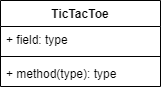
This is TicTacToeGame/TicTacToe.png from GageKolojaco/CSCI2302-Gage-Kolojaco-HW, a draw.io export, as it was before one commit. Source tidied: cells renumbered, new cells last; positions are measured from the earlier drawing's top-left corner, leaving out a move shared by most shapes. Source of this version:
```xml
<mxGraphModel>
  <root>
    <mxCell id="0" />
    <mxCell id="1" parent="0" />
    <mxCell id="2" value="TicTacToe" style="swimlane;fontStyle=1;align=center;verticalAlign=top;horizontal=1;startSize=26;" parent="1" vertex="1">
      <mxGeometry width="160" height="86" as="geometry" />
    </mxCell>
    <mxCell id="3" value="+ field: type" style="text;strokeColor=none;fillColor=none;align=left;verticalAlign=top;spacingLeft=4;spacingRight=4;overflow=hidden;" parent="2" vertex="1">
      <mxGeometry y="26" width="160" height="26" as="geometry" />
    </mxCell>
    <mxCell id="4" style="line;strokeWidth=1;fillColor=none;align=left;verticalAlign=middle;spacingTop=-1;spacingLeft=3;spacingRight=3;labelPosition=right;strokeColor=inherit;" parent="2" vertex="1">
      <mxGeometry y="52" width="160" height="8" as="geometry" />
    </mxCell>
    <mxCell id="5" value="+ method(type): type" style="text;strokeColor=none;fillColor=none;align=left;verticalAlign=top;spacingLeft=4;spacingRight=4;overflow=hidden;" parent="2" vertex="1">
      <mxGeometry y="60" width="160" height="26" as="geometry" />
    </mxCell>
  </root>
</mxGraphModel>
```
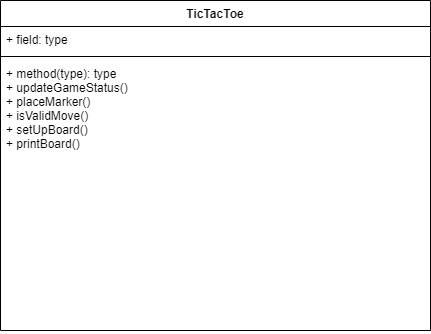
After the commit.

The edit, as a diff of the source:
```diff
@@ -3,16 +3,16 @@
     <mxCell id="0" />
     <mxCell id="1" parent="0" />
     <mxCell id="2" value="TicTacToe" style="swimlane;fontStyle=1;align=center;verticalAlign=top;horizontal=1;startSize=26;" parent="1" vertex="1">
-      <mxGeometry width="160" height="86" as="geometry" />
+      <mxGeometry width="430" height="330" as="geometry" />
     </mxCell>
     <mxCell id="3" value="+ field: type" style="text;strokeColor=none;fillColor=none;align=left;verticalAlign=top;spacingLeft=4;spacingRight=4;overflow=hidden;" parent="2" vertex="1">
-      <mxGeometry y="26" width="160" height="26" as="geometry" />
+      <mxGeometry y="26" width="430" height="26" as="geometry" />
     </mxCell>
     <mxCell id="4" style="line;strokeWidth=1;fillColor=none;align=left;verticalAlign=middle;spacingTop=-1;spacingLeft=3;spacingRight=3;labelPosition=right;strokeColor=inherit;" parent="2" vertex="1">
-      <mxGeometry y="52" width="160" height="8" as="geometry" />
+      <mxGeometry y="52" width="430" height="8" as="geometry" />
     </mxCell>
-    <mxCell id="5" value="+ method(type): type" style="text;strokeColor=none;fillColor=none;align=left;verticalAlign=top;spacingLeft=4;spacingRight=4;overflow=hidden;" parent="2" vertex="1">
-      <mxGeometry y="60" width="160" height="26" as="geometry" />
+    <mxCell id="5" value="+ method(type): type&#10;+ updateGameStatus()&#10;+ placeMarker()&#10;+ isValidMove()&#10;+ setUpBoard()&#10;+ printBoard()" style="text;strokeColor=none;fillColor=none;align=left;verticalAlign=top;spacingLeft=4;spacingRight=4;overflow=hidden;" parent="2" vertex="1">
+      <mxGeometry y="60" width="430" height="270" as="geometry" />
     </mxCell>
   </root>
 </mxGraphModel>
```
